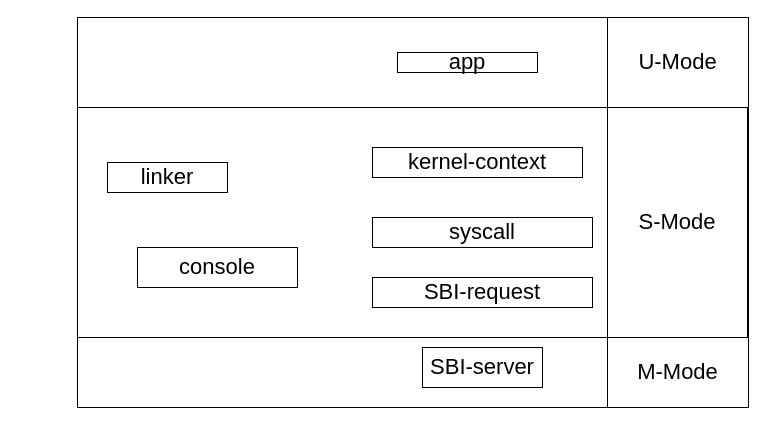
Above: 未命名绘图.drawio in shiwenlong12/Completion-Weekly (draw.io), before the change. Source tidied: cells renumbered, new cells numbered last; positions are measured from the earlier drawing's top-left corner, leaving out a move shared by most shapes. Both pictures are drawn from the tidied source at 100%, with x=0, y=0 at pixel (77, 17).
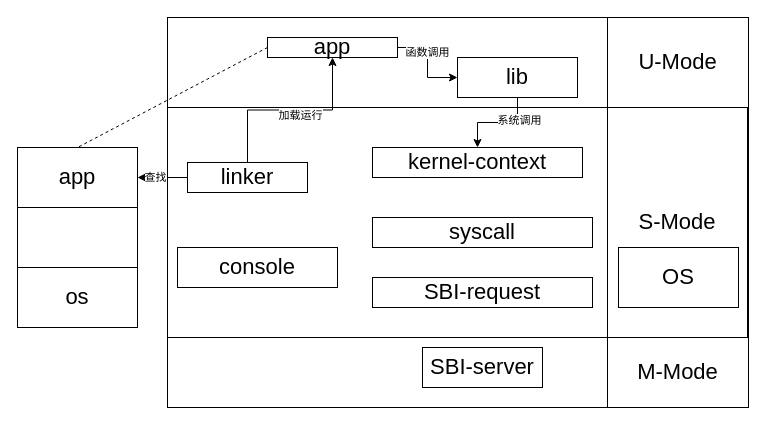
After the change.

Commit message:
更新未命名绘图.drawio

Unchanged cells that the change refers to:
```xml
<mxCell id="4" value="&lt;font style=&quot;font-size: 22px;&quot;&gt;kernel-context&lt;/font&gt;" style="rounded=0;whiteSpace=wrap;html=1;" parent="1" vertex="1">
  <mxGeometry x="295" y="130" width="210" height="30" as="geometry" />
</mxCell>
```

Change to the diagram source:
```diff
@@
     <mxCell id="2" style="rounded=0;whiteSpace=wrap;html=1;fontSize=22;" parent="1" vertex="1">
-      <mxGeometry width="671" height="320" as="geometry" />
+      <mxGeometry x="90" width="581" height="320" as="geometry" />
     </mxCell>
@@
+    <mxCell id="15" style="edgeStyle=orthogonalEdgeStyle;rounded=0;jettySize=auto;html=1;entryX=1;entryY=0.5;entryDx=0;entryDy=0;" parent="1" edge="1" source="5" target="20">
+      <mxGeometry relative="1" as="geometry" />
+    </mxCell>
+    <mxCell id="16" value="查找" style="edgeLabel;html=1;align=center;verticalAlign=middle;" parent="15" vertex="1">
+      <mxGeometry x="0.3" y="-1" relative="1" as="geometry" />
+    </mxCell>
     <mxCell id="5" value="&lt;font style=&quot;font-size: 22px;&quot;&gt;linker&lt;/font&gt;" style="rounded=0;whiteSpace=wrap;html=1;" parent="1" vertex="1">
-      <mxGeometry x="30" y="145" width="120" height="30" as="geometry" />
+      <mxGeometry x="110" y="145" width="120" height="30" as="geometry" />
     </mxCell>
@@
     <mxCell id="7" style="rounded=0;whiteSpace=wrap;html=1;" parent="1" vertex="1">
-      <mxGeometry width="671" height="90" as="geometry" />
+      <mxGeometry x="90" width="581" height="90" as="geometry" />
     </mxCell>
+    <mxCell id="17" style="edgeStyle=orthogonalEdgeStyle;rounded=0;jettySize=auto;html=1;" parent="1" edge="1" source="8" target="25">
+      <mxGeometry relative="1" as="geometry" />
+    </mxCell>
+    <mxCell id="18" value="函数调用" style="edgeLabel;html=1;align=center;verticalAlign=middle;" parent="17" vertex="1">
+      <mxGeometry x="-0.24" y="-1" relative="1" as="geometry" />
+    </mxCell>
     <mxCell id="8" value="&lt;font style=&quot;font-size: 22px;&quot;&gt;app&lt;/font&gt;" style="rounded=0;whiteSpace=wrap;html=1;" parent="1" vertex="1">
-      <mxGeometry x="320" y="35" width="140" height="20" as="geometry" />
+      <mxGeometry x="190" y="20" width="130" height="20" as="geometry" />
     </mxCell>
     <mxCell id="9" style="rounded=0;whiteSpace=wrap;html=1;" parent="1" vertex="1">
-      <mxGeometry y="320" width="670" height="70" as="geometry" />
+      <mxGeometry x="90" y="320" width="580" height="70" as="geometry" />
     </mxCell>
@@
     <mxCell id="14" value="&lt;font style=&quot;font-size: 22px;&quot;&gt;console&lt;/font&gt;" style="rounded=0;whiteSpace=wrap;html=1;" parent="1" vertex="1">
-      <mxGeometry x="60" y="230" width="160" height="40" as="geometry" />
+      <mxGeometry x="100" y="230" width="160" height="40" as="geometry" />
     </mxCell>
+    <mxCell id="19" value="&lt;font style=&quot;font-size: 22px;&quot;&gt;OS&lt;/font&gt;" style="rounded=0;whiteSpace=wrap;html=1;" parent="1" vertex="1">
+      <mxGeometry x="541" y="230" width="120" height="60" as="geometry" />
+    </mxCell>
+    <mxCell id="20" value="&lt;font style=&quot;font-size: 22px;&quot;&gt;app&lt;/font&gt;" style="rounded=0;whiteSpace=wrap;html=1;" parent="1" vertex="1">
+      <mxGeometry x="-60" y="130" width="120" height="60" as="geometry" />
+    </mxCell>
+    <mxCell id="21" style="rounded=0;whiteSpace=wrap;html=1;" parent="1" vertex="1">
+      <mxGeometry x="-60" y="190" width="120" height="60" as="geometry" />
+    </mxCell>
+    <mxCell id="22" value="&lt;font style=&quot;font-size: 22px;&quot;&gt;os&lt;/font&gt;" style="rounded=0;whiteSpace=wrap;html=1;" parent="1" vertex="1">
+      <mxGeometry x="-60" y="250" width="120" height="60" as="geometry" />
+    </mxCell>
+    <mxCell id="23" style="edgeStyle=orthogonalEdgeStyle;rounded=0;jettySize=auto;html=1;" parent="1" edge="1" source="25" target="4">
+      <mxGeometry relative="1" as="geometry" />
+    </mxCell>
+    <mxCell id="24" value="系统调用" style="edgeLabel;html=1;align=center;verticalAlign=middle;" parent="23" vertex="1">
+      <mxGeometry x="-0.51" y="1" relative="1" as="geometry" />
+    </mxCell>
+    <mxCell id="25" value="&lt;font style=&quot;font-size: 22px;&quot;&gt;lib&lt;/font&gt;" style="rounded=0;whiteSpace=wrap;html=1;" parent="1" vertex="1">
+      <mxGeometry x="380" y="40" width="120" height="40" as="geometry" />
+    </mxCell>
+    <mxCell id="26" style="edgeStyle=orthogonalEdgeStyle;rounded=0;jettySize=auto;html=1;" parent="1" edge="1" source="5" target="8">
+      <mxGeometry relative="1" as="geometry" />
+    </mxCell>
+    <mxCell id="27" value="加载运行" style="edgeLabel;html=1;align=center;verticalAlign=middle;" parent="26" vertex="1">
+      <mxGeometry x="0.1" y="-4" relative="1" as="geometry">
+        <mxPoint y="1" as="offset" />
+      </mxGeometry>
+    </mxCell>
+    <mxCell id="28" style="endArrow=none;dashed=1;html=1;rounded=0;" parent="1" edge="1">
+      <mxGeometry relative="1" as="geometry">
+        <mxPoint x="190" y="30" as="sourcePoint" />
+        <mxPoint y="130" as="targetPoint" />
+      </mxGeometry>
+    </mxCell>
```
